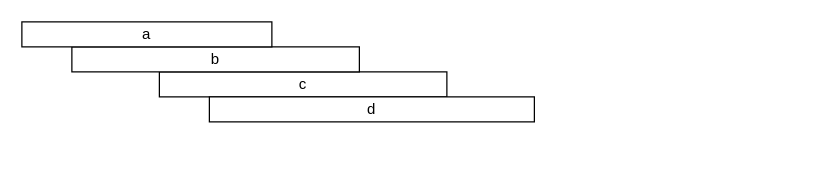
This is drawio/遵时段落合并图.drawio from weisanju/personal-architecture, a draw.io file, before an edit. Source tidied: cells renumbered, new cells numbered last; positions are measured from the earlier drawing's top-left corner, leaving out a move shared by most shapes. Both pictures are drawn from the tidied source at 125%, with x=0, y=0 at pixel (21, 21).
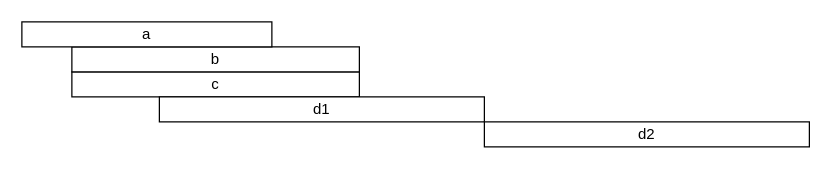
The same diagram, later.

Commit message:
更新遵时段落合并图.drawio

What changed in the source:
```diff
@@
 <mxGraphModel>
   <root>
     <mxCell id="0" />
     <mxCell id="1" parent="0" />
     <mxCell id="2" value="c" style="rounded=0;whiteSpace=wrap;html=1;" parent="1" vertex="1">
-      <mxGeometry x="110" y="40" width="230" height="20" as="geometry" />
+      <mxGeometry x="40" y="40" width="230" height="20" as="geometry" />
     </mxCell>
     <mxCell id="3" value="b" style="rounded=0;whiteSpace=wrap;html=1;" parent="1" vertex="1">
       <mxGeometry x="40" y="20" width="230" height="20" as="geometry" />
     </mxCell>
     <mxCell id="4" value="a" style="rounded=0;whiteSpace=wrap;html=1;" parent="1" vertex="1">
       <mxGeometry width="200" height="20" as="geometry" />
     </mxCell>
-    <mxCell id="5" value="d" style="rounded=0;whiteSpace=wrap;html=1;" parent="1" vertex="1">
-      <mxGeometry x="150" y="60" width="260" height="20" as="geometry" />
+    <mxCell id="5" value="d1" style="rounded=0;whiteSpace=wrap;html=1;" parent="1" vertex="1">
+      <mxGeometry x="110" y="60" width="260" height="20" as="geometry" />
     </mxCell>
+    <mxCell id="6" value="d2" style="rounded=0;whiteSpace=wrap;html=1;" parent="1" vertex="1">
+      <mxGeometry x="370" y="80" width="260" height="20" as="geometry" />
+    </mxCell>
   </root>
 </mxGraphModel>
```
